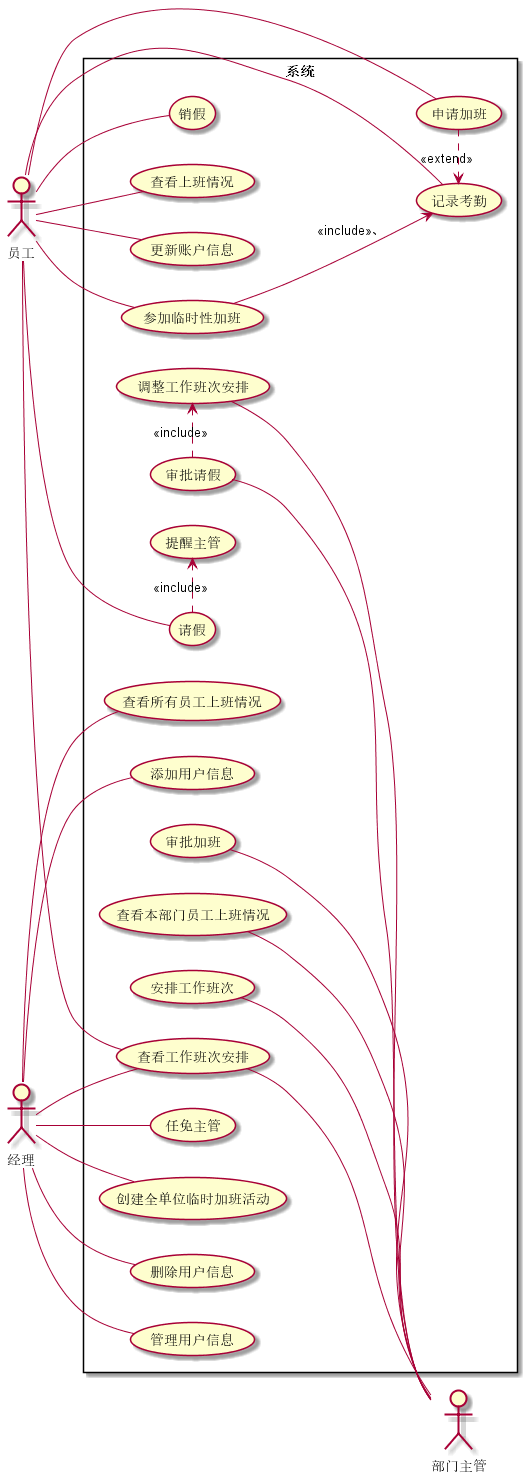
Above: usecase_diagram.png in szdx4/attsys-docs (PlantUML), before the change. Source of this version:
```plantuml
@startuml

left to right direction
actor 员工
actor 经理
actor 部门主管


rectangle 系统 {
    经理 -- (添加用户信息)
    经理 -- (删除用户信息)
    经理 -- (管理用户信息)
    经理 -- (任免主管)
    经理 -- (查看工作班次安排)
    经理 -- (创建全单位临时加班活动)
    经理 -- (查看所有员工上班情况)

    (安排工作班次) -- 部门主管
    (查看工作班次安排) -- 部门主管
    (调整工作班次安排) -- 部门主管
    (审批请假) -- 部门主管
    (审批请假) .> (调整工作班次安排) : <<include>>
    (审批加班) -- 部门主管
    (查看本部门员工上班情况) -- 部门主管

    员工 -- (查看工作班次安排)
    员工 -- (请假)
    (请假) .> (提醒主管) : <<include>>
    员工 -- (销假)
    员工 -- (记录考勤)
    员工 -- (申请加班)
    (申请加班) .> (记录考勤) : <<extend>>
    员工 -- (查看上班情况)
    员工 -- (更新账户信息)

    员工 -- (参加临时性加班)
    (参加临时性加班) --> (记录考勤) : <<include>>、
}

@enduml
```
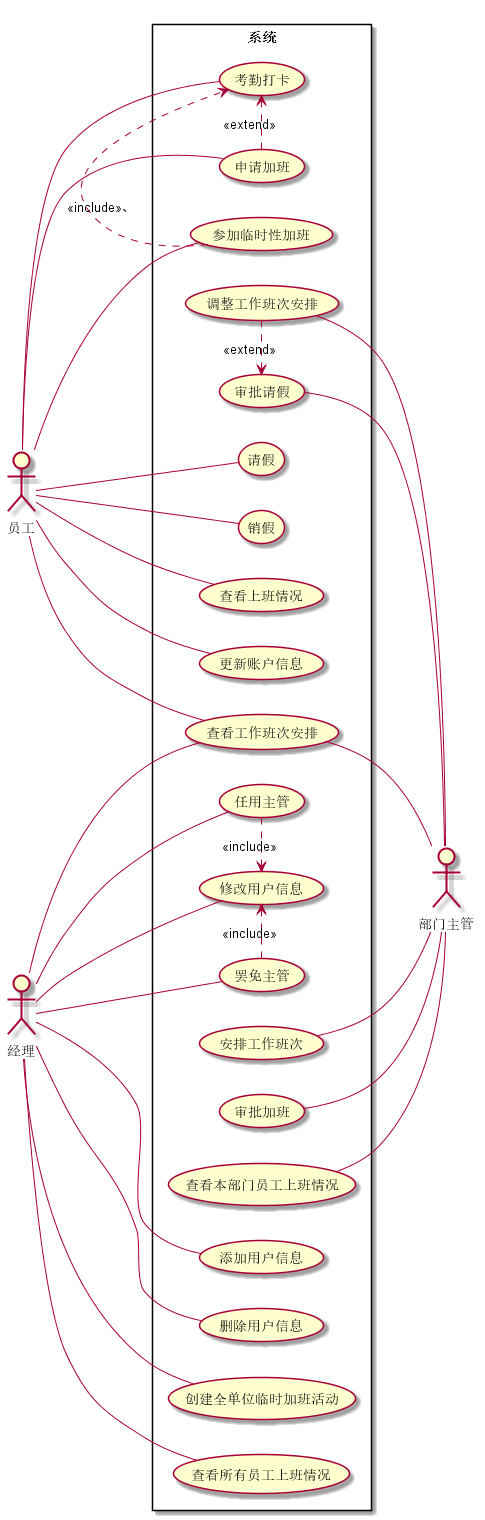
The same diagram one commit later.

Commit message:
修改用况图

The edit, as a diff of the source:
```diff
@@ -1,16 +1,19 @@
 @startuml
+
 
 left to right direction
 actor 员工
 actor 经理
 actor 部门主管
 
-
 rectangle 系统 {
     经理 -- (添加用户信息)
     经理 -- (删除用户信息)
-    经理 -- (管理用户信息)
-    经理 -- (任免主管)
+    经理 -- (修改用户信息)
+    经理 -- (任用主管)
+    (任用主管) .> (修改用户信息) : <<include>>
+    经理 -- (罢免主管)
+    (罢免主管) .> (修改用户信息) : <<include>>
     经理 -- (查看工作班次安排)
     经理 -- (创建全单位临时加班活动)
     经理 -- (查看所有员工上班情况)
@@ -19,22 +22,20 @@
     (查看工作班次安排) -- 部门主管
     (调整工作班次安排) -- 部门主管
     (审批请假) -- 部门主管
-    (审批请假) .> (调整工作班次安排) : <<include>>
+    (审批请假) <. (调整工作班次安排) : <<extend>>
     (审批加班) -- 部门主管
     (查看本部门员工上班情况) -- 部门主管
 
     员工 -- (查看工作班次安排)
     员工 -- (请假)
-    (请假) .> (提醒主管) : <<include>>
     员工 -- (销假)
-    员工 -- (记录考勤)
+    员工 -- (考勤打卡)
     员工 -- (申请加班)
-    (申请加班) .> (记录考勤) : <<extend>>
+    (申请加班) .> (考勤打卡) : <<extend>>
     员工 -- (查看上班情况)
     员工 -- (更新账户信息)
-
     员工 -- (参加临时性加班)
-    (参加临时性加班) --> (记录考勤) : <<include>>、
+    (参加临时性加班) .> (考勤打卡) : <<include>>、
 }
 
 @enduml
```
